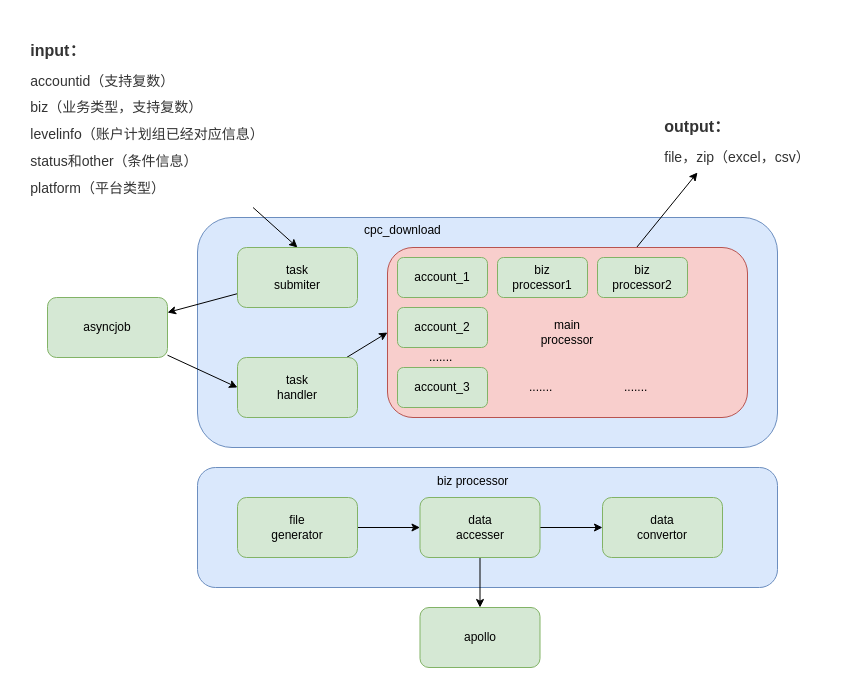
The draw.io diagram 下载抽象模型.drawio in effyroth/drawio2, before the edit. Source tidied: cells renumbered, new cells numbered last; positions are measured from the earlier drawing's top-left corner, leaving out a move shared by most shapes. Both pictures are drawn from the tidied source at 100%, with x=0, y=0 at pixel (17, 17).
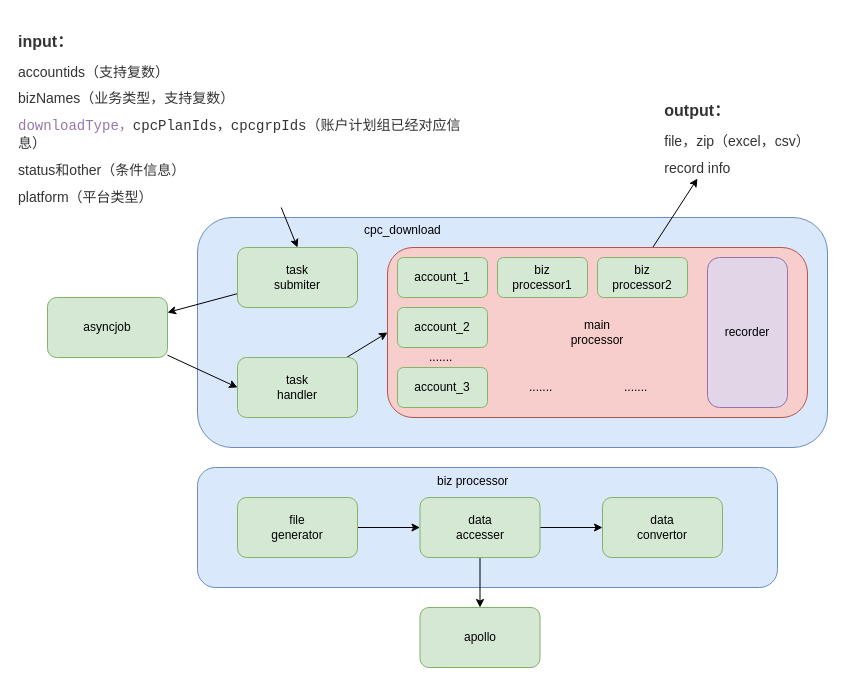
The same page after the edit.

Commit message:
Update 下载抽象模型.drawio

Diff of the diagram source:
```diff
@@
     <mxCell id="2" style="rounded=1;whiteSpace=wrap;html=1;fillColor=#dae8fc;strokeColor=#6c8ebf;" parent="1" vertex="1">
-      <mxGeometry x="180" y="200" width="580" height="230" as="geometry" />
+      <mxGeometry x="180" y="200" width="630" height="230" as="geometry" />
     </mxCell>
@@
-    <mxCell id="4" value="&lt;h3 style=&quot;margin: 10px 0px 0px ; color: rgb(51 , 51 , 51) ; font-size: 16px ; line-height: 1.5 ; font-family: &amp;#34;arial&amp;#34; , sans-serif ; text-align: left&quot;&gt;input：&lt;/h3&gt;&lt;p style=&quot;margin: 10px 0px 0px ; overflow-wrap: break-word ; color: rgb(51 , 51 , 51) ; font-family: &amp;#34;arial&amp;#34; , sans-serif ; font-size: 14px ; text-align: left&quot;&gt;accountid（支持复数）&lt;/p&gt;&lt;p style=&quot;margin: 10px 0px 0px ; overflow-wrap: break-word ; color: rgb(51 , 51 , 51) ; font-family: &amp;#34;arial&amp;#34; , sans-serif ; font-size: 14px ; text-align: left&quot;&gt;biz（业务类型，支持复数）&lt;/p&gt;&lt;p style=&quot;margin: 10px 0px 0px ; overflow-wrap: break-word ; color: rgb(51 , 51 , 51) ; font-family: &amp;#34;arial&amp;#34; , sans-serif ; font-size: 14px ; text-align: left&quot;&gt;levelinfo（账户计划组已经对应信息）&lt;/p&gt;&lt;p style=&quot;margin: 10px 0px 0px ; overflow-wrap: break-word ; color: rgb(51 , 51 , 51) ; font-family: &amp;#34;arial&amp;#34; , sans-serif ; font-size: 14px ; text-align: left&quot;&gt;status和other（条件信息）&lt;/p&gt;&lt;p style=&quot;margin: 10px 0px 0px ; overflow-wrap: break-word ; color: rgb(51 , 51 , 51) ; font-family: &amp;#34;arial&amp;#34; , sans-serif ; font-size: 14px ; text-align: left&quot;&gt;platform（平台类型）&lt;/p&gt;" style="text;html=1;strokeColor=none;fillColor=none;align=center;verticalAlign=middle;whiteSpace=wrap;rounded=0;" parent="1" vertex="1">
-      <mxGeometry width="260" height="190" as="geometry" />
+    <mxCell id="4" value="&lt;h3 style=&quot;margin: 10px 0px 0px ; color: rgb(51 , 51 , 51) ; font-size: 16px ; line-height: 1.5 ; font-family: &amp;#34;arial&amp;#34; , sans-serif ; text-align: left&quot;&gt;input：&lt;/h3&gt;&lt;p style=&quot;margin: 10px 0px 0px ; overflow-wrap: break-word ; color: rgb(51 , 51 , 51) ; font-family: &amp;#34;arial&amp;#34; , sans-serif ; font-size: 14px ; text-align: left&quot;&gt;accountids（支持复数）&lt;/p&gt;&lt;p style=&quot;margin: 10px 0px 0px ; overflow-wrap: break-word ; color: rgb(51 , 51 , 51) ; font-family: &amp;#34;arial&amp;#34; , sans-serif ; font-size: 14px ; text-align: left&quot;&gt;bizNames（业务类型，支持复数）&lt;/p&gt;&lt;p style=&quot;margin: 10px 0px 0px ; overflow-wrap: break-word ; color: rgb(51 , 51 , 51) ; font-family: &amp;#34;arial&amp;#34; , sans-serif ; font-size: 14px ; text-align: left&quot;&gt;&lt;span style=&quot;font-family: &amp;#34;confluenceinstalledfont&amp;#34; , monospace ; color: rgb(152 , 118 , 170)&quot;&gt;downloadType，&lt;/span&gt;&lt;span style=&quot;background-color: rgb(255 , 255 , 255) ; font-family: &amp;#34;confluenceinstalledfont&amp;#34; , monospace&quot;&gt;cpcPlanIds，cpcgrpIds&lt;/span&gt;（账户计划组已经对应信息）&lt;/p&gt;&lt;p style=&quot;margin: 10px 0px 0px ; overflow-wrap: break-word ; color: rgb(51 , 51 , 51) ; font-family: &amp;#34;arial&amp;#34; , sans-serif ; font-size: 14px ; text-align: left&quot;&gt;status和other（条件信息）&lt;/p&gt;&lt;p style=&quot;margin: 10px 0px 0px ; overflow-wrap: break-word ; color: rgb(51 , 51 , 51) ; font-family: &amp;#34;arial&amp;#34; , sans-serif ; font-size: 14px ; text-align: left&quot;&gt;platform（平台类型）&lt;/p&gt;" style="text;html=1;strokeColor=none;fillColor=none;align=center;verticalAlign=middle;whiteSpace=wrap;rounded=0;" parent="1" vertex="1">
+      <mxGeometry width="450" height="190" as="geometry" />
     </mxCell>
-    <mxCell id="5" value="&lt;h3 style=&quot;margin: 30px 0px 0px ; color: rgb(51 , 51 , 51) ; font-size: 16px ; line-height: 1.5 ; font-family: &amp;#34;arial&amp;#34; , sans-serif ; text-align: left&quot;&gt;output：&lt;/h3&gt;&lt;p style=&quot;margin: 10px 0px 0px ; overflow-wrap: break-word ; color: rgb(51 , 51 , 51) ; font-family: &amp;#34;arial&amp;#34; , sans-serif ; font-size: 14px ; text-align: left&quot;&gt;file，zip（excel，csv）&lt;/p&gt;" style="text;html=1;strokeColor=none;fillColor=none;align=center;verticalAlign=middle;whiteSpace=wrap;rounded=0;" parent="1" vertex="1">
-      <mxGeometry x="640" y="60" width="160" height="95" as="geometry" />
+    <mxCell id="5" value="&lt;h3 style=&quot;margin: 30px 0px 0px ; color: rgb(51 , 51 , 51) ; font-size: 16px ; line-height: 1.5 ; font-family: &amp;#34;arial&amp;#34; , sans-serif ; text-align: left&quot;&gt;output：&lt;/h3&gt;&lt;p style=&quot;margin: 10px 0px 0px ; overflow-wrap: break-word ; color: rgb(51 , 51 , 51) ; font-family: &amp;#34;arial&amp;#34; , sans-serif ; font-size: 14px ; text-align: left&quot;&gt;file，zip（excel，csv）&lt;/p&gt;&lt;p style=&quot;margin: 10px 0px 0px ; overflow-wrap: break-word ; color: rgb(51 , 51 , 51) ; font-family: &amp;#34;arial&amp;#34; , sans-serif ; font-size: 14px ; text-align: left&quot;&gt;record info&lt;/p&gt;" style="text;html=1;strokeColor=none;fillColor=none;align=center;verticalAlign=middle;whiteSpace=wrap;rounded=0;" parent="1" vertex="1">
+      <mxGeometry x="640" y="48" width="160" height="113" as="geometry" />
     </mxCell>
@@
     <mxCell id="13" value="main&lt;br&gt;processor" style="rounded=1;whiteSpace=wrap;html=1;fillColor=#f8cecc;strokeColor=#b85450;" parent="1" vertex="1">
-      <mxGeometry x="370" y="230" width="360" height="170" as="geometry" />
+      <mxGeometry x="370" y="230" width="420" height="170" as="geometry" />
     </mxCell>
@@
+    <mxCell id="32" value="recorder" style="rounded=1;whiteSpace=wrap;html=1;fillColor=#e1d5e7;strokeColor=#9673a6;" parent="1" vertex="1">
+      <mxGeometry x="690" y="240" width="80" height="150" as="geometry" />
+    </mxCell>
```
